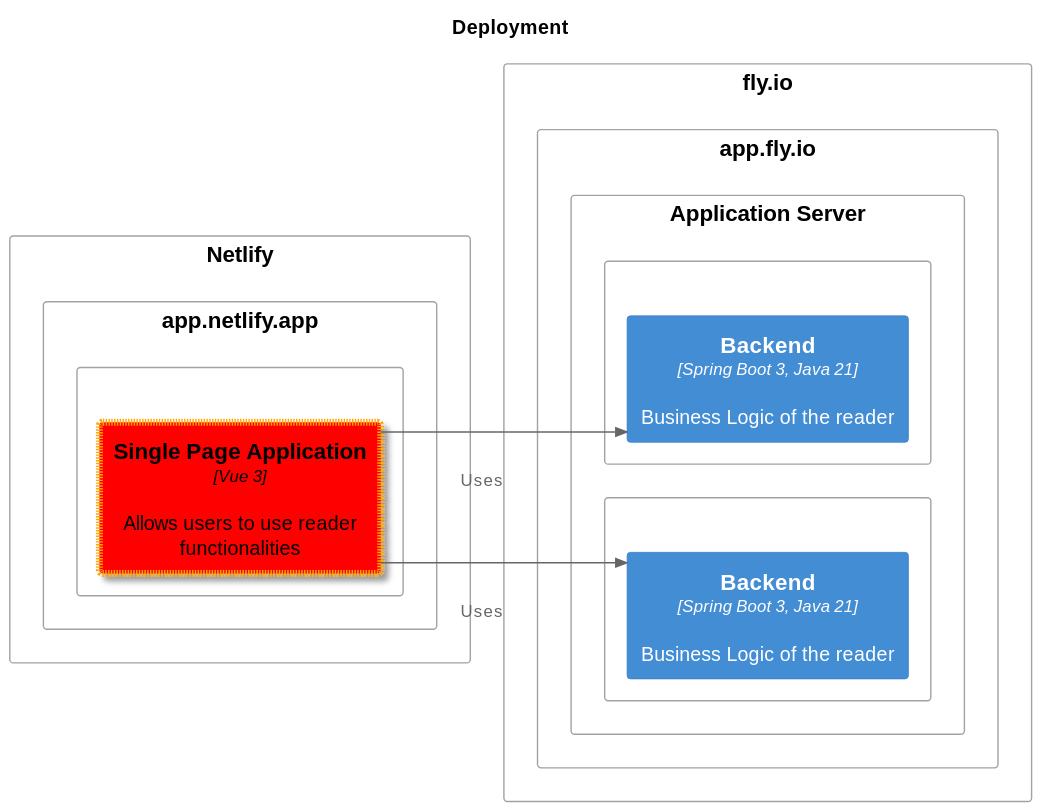
This is examples/simple-webapp/output/deployment.svg from vitalegi/archi, a PlantUML export, as it was before one commit. Its source is kept beside it as examples/simple-webapp/output/deployment.puml.
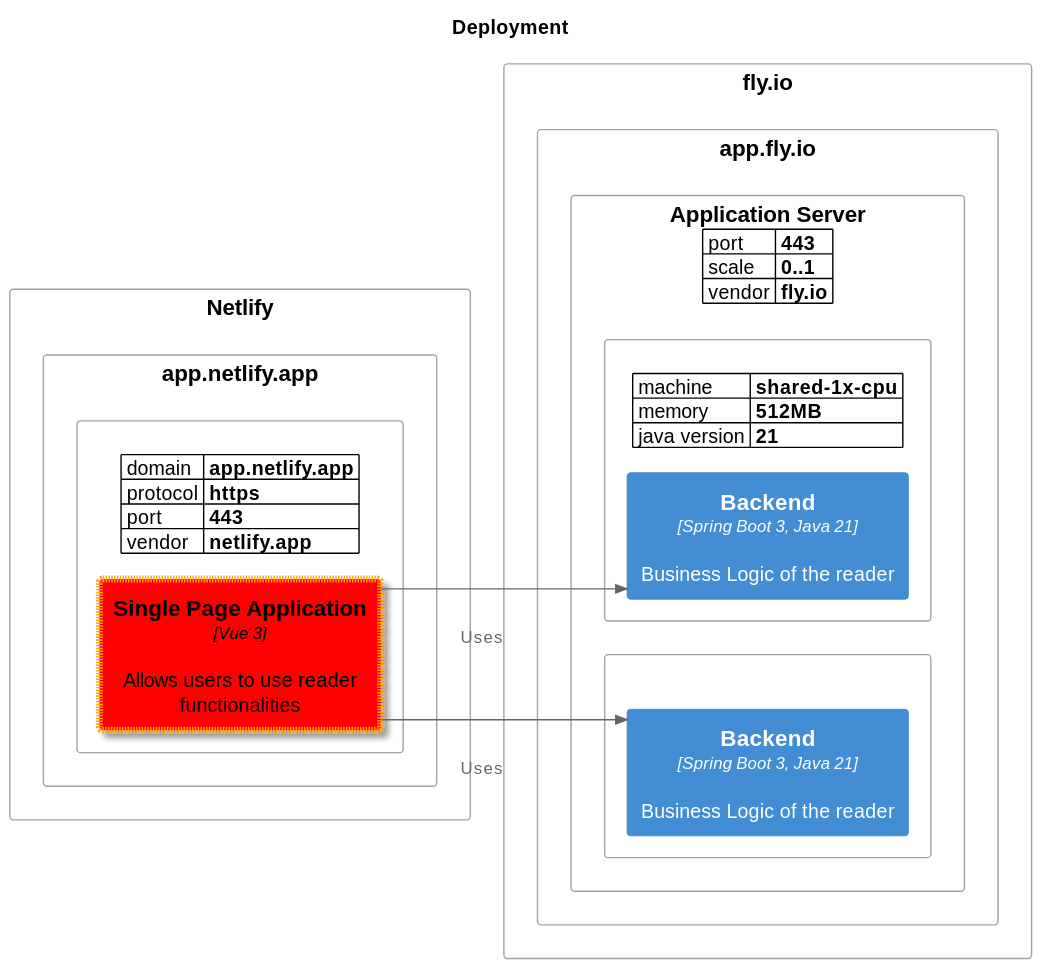
The same file after the commit.

The edit, as a diff of the source:
```diff
@@ -14,18 +14,31 @@
 AddRelTag("HighlightedRelation", $textColor="red", $lineColor="red", $lineStyle="DOTTED", $sprite="", $techn="", $legendText="Awesome relation", $legendSprite="", $lineThickness="2")
 Deployment_Node(DeploymentNode_netlify, Netlify, $type="", $descr="", $sprite="", $tags="", $link="") {
 Deployment_Node(DeploymentNode_app_netlify_app, app.netlify.app, $type="", $descr="", $sprite="", $tags="", $link="") {
-    Deployment_Node(ContainerInstance_auto_fcdc8793_5ba6_4000_b6d8_7221f291e50a, , $type="", $descr="", $sprite="", $tags="", $link="") {
+    WithoutPropertyHeader()
+    AddProperty("domain","app.netlify.app")
+    AddProperty("protocol","https")
+    AddProperty("port","443")
+    AddProperty("vendor","netlify.app")
+    Deployment_Node(ContainerInstance_auto_8538bb6a_580f_4107_8f56_74ca757dc5c8, , $type="", $descr="", $sprite="", $tags="", $link="") {
         Container($alias="Container_reader_frontend", $label="Single Page Application", $techn="Vue 3", $descr="Allows users to use reader functionalities", $sprite="", $tags="HighlightedElement", $link="", $baseShape="rectangle")
             }
         }
     }
-Deployment_Node(DeploymentNode_auto_b192502c_6291_4a83_936a_3527702440ae, fly.io, $type="", $descr="", $sprite="", $tags="", $link="") {
+Deployment_Node(DeploymentNode_auto_d82ca5e7_ec38_4bb8_8aca_1391cc6c398b, fly.io, $type="", $descr="", $sprite="", $tags="", $link="") {
 Deployment_Node(DeploymentNode_app_fly_io, app.fly.io, $type="", $descr="", $sprite="", $tags="", $link="") {
+    WithoutPropertyHeader()
+    AddProperty("port","443")
+    AddProperty("scale","0..1")
+    AddProperty("vendor","fly.io")
     Deployment_Node(DeploymentNode_Application_Server, Application Server, $type="", $descr="", $sprite="", $tags="", $link="") {
-        Deployment_Node(ContainerInstance_auto_795f0f62_42d5_42c7_809d_c4ab209a9f5a, , $type="", $descr="", $sprite="", $tags="", $link="") {
+        WithoutPropertyHeader()
+        AddProperty("machine","shared-1x-cpu")
+        AddProperty("memory","512MB")
+        AddProperty("java version","21")
+        Deployment_Node(ContainerInstance_auto_7206b9bc_9417_4bbe_bf37_ea9d41516b8b, , $type="", $descr="", $sprite="", $tags="", $link="") {
             Container($alias="Container_reader_backend", $label="Backend", $techn="Spring Boot 3, Java 21", $descr="Business Logic of the reader", $sprite="", $tags="", $link="", $baseShape="rectangle")
                 }
-            Deployment_Node(ContainerInstance_auto_d9579394_483a_48e4_b8ac_4d9f01bbde32, , $type="", $descr="", $sprite="", $tags="", $link="") {
+            Deployment_Node(ContainerInstance_auto_afce3bd7_5d58_424e_935f_5e5f75f7787d, , $type="", $descr="", $sprite="", $tags="", $link="") {
             Container($alias="Container_reader_backend_1", $label="Backend", $techn="Spring Boot 3, Java 21", $descr="Business Logic of the reader", $sprite="", $tags="", $link="", $baseShape="rectangle")
                 }
             }
```
